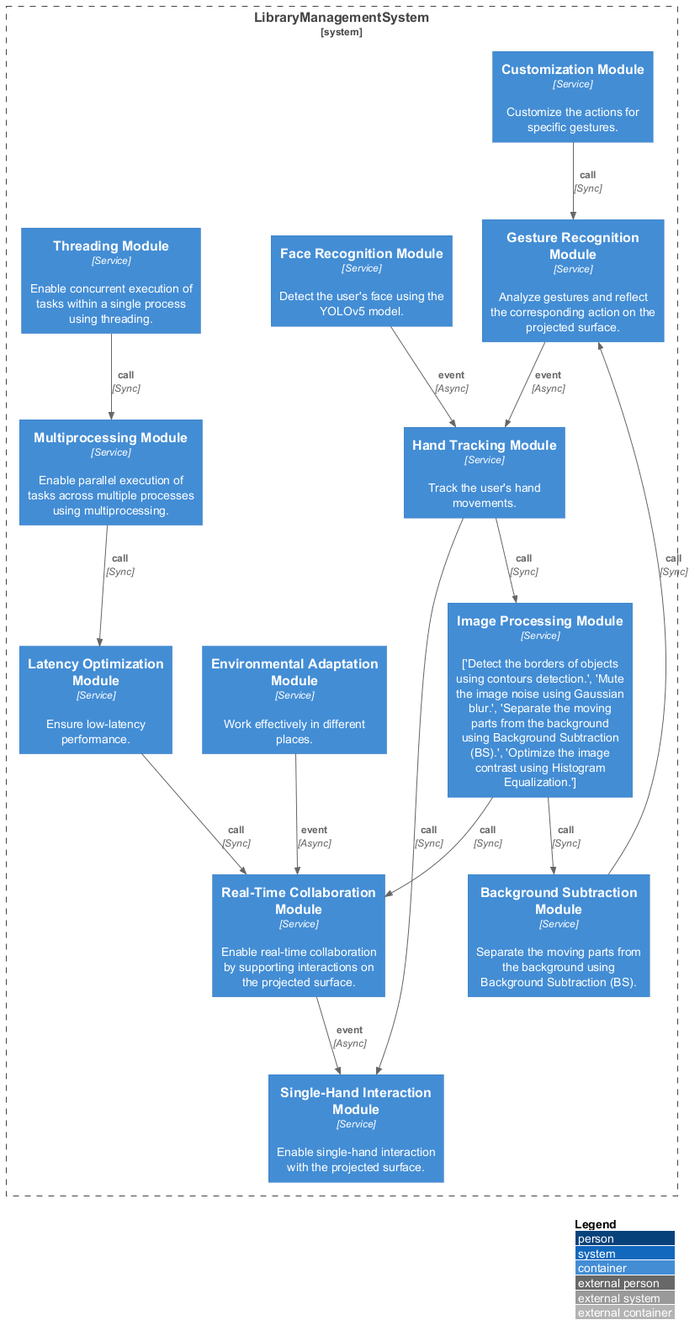
This is data/outputs/architecture_c4.png from hanaAbdelwahab/GPARCHIMIND, a PlantUML export, as it was before one commit.
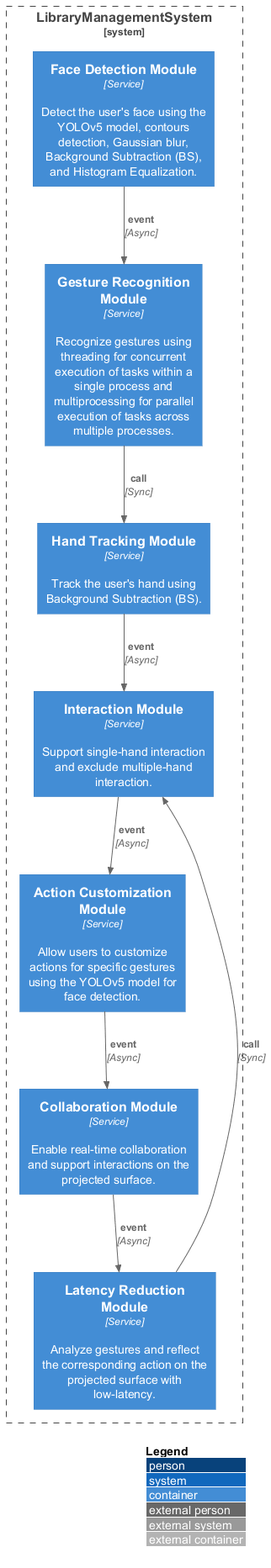
After the commit.

The edit, as a diff of the source:
```diff
@@ -2,30 +2,19 @@
 !include https://raw.githubusercontent.com/plantuml-stdlib/C4-PlantUML/master/C4_Container.puml
 LAYOUT_WITH_LEGEND()
 System_Boundary(LibraryManagementSystem, "LibraryManagementSystem") {
-  Container(GestureRecognitionModule, "Gesture Recognition Module", "Service", "Analyze gestures and reflect the corresponding action on the projected surface.")
-  Container(FaceRecognitionModule, "Face Recognition Module", "Service", "Detect the user's face using the YOLOv5 model.")
-  Container(HandTrackingModule, "Hand Tracking Module", "Service", "Track the user's hand movements.")
-  Container(SingleHandInteractionModule, "Single-Hand Interaction Module", "Service", "Enable single-hand interaction with the projected surface.")
-  Container(CustomizationModule, "Customization Module", "Service", "Customize the actions for specific gestures.")
-  Container(RealTimeCollaborationModule, "Real-Time Collaboration Module", "Service", "Enable real-time collaboration by supporting interactions on the projected surface.")
-  Container(ImageProcessingModule, "Image Processing Module", "Service", "['Detect the borders of objects using contours detection.', 'Mute the image noise using Gaussian blur.', 'Separate the moving parts from the background using Background Subtraction (BS).', 'Optimize the image contrast using Histogram Equalization.']")
-  Container(BackgroundSubtractionModule, "Background Subtraction Module", "Service", "Separate the moving parts from the background using Background Subtraction (BS).")
-  Container(ThreadingModule, "Threading Module", "Service", "Enable concurrent execution of tasks within a single process using threading.")
-  Container(MultiprocessingModule, "Multiprocessing Module", "Service", "Enable parallel execution of tasks across multiple processes using multiprocessing.")
-  Container(LatencyOptimizationModule, "Latency Optimization Module", "Service", "Ensure low-latency performance.")
-  Container(EnvironmentalAdaptationModule, "Environmental Adaptation Module", "Service", "Work effectively in different places.")
+  Container(FaceDetectionModule, "Face Detection Module", "Service", "Detect the user's face using the YOLOv5 model, contours detection, Gaussian blur, Background Subtraction (BS), and Histogram Equalization.")
+  Container(GestureRecognitionModule, "Gesture Recognition Module", "Service", "Recognize gestures using threading for concurrent execution of tasks within a single process and multiprocessing for parallel execution of tasks across multiple processes.")
+  Container(HandTrackingModule, "Hand Tracking Module", "Service", "Track the user's hand using Background Subtraction (BS).")
+  Container(InteractionModule, "Interaction Module", "Service", "Support single-hand interaction and exclude multiple-hand interaction.")
+  Container(ActionCustomizationModule, "Action Customization Module", "Service", "Allow users to customize actions for specific gestures using the YOLOv5 model for face detection.")
+  Container(CollaborationModule, "Collaboration Module", "Service", "Enable real-time collaboration and support interactions on the projected surface.")
+  Container(LatencyReductionModule, "Latency Reduction Module", "Service", "Analyze gestures and reflect the corresponding action on the projected surface with low-latency.")
 }
-Rel(GestureRecognitionModule, HandTrackingModule, "event", "Async")
-Rel(HandTrackingModule, SingleHandInteractionModule, "call", "Sync")
-Rel(FaceRecognitionModule, HandTrackingModule, "event", "Async")
-Rel(HandTrackingModule, ImageProcessingModule, "call", "Sync")
-Rel(ImageProcessingModule, BackgroundSubtractionModule, "call", "Sync")
-Rel(BackgroundSubtractionModule, GestureRecognitionModule, "call", "Sync")
-Rel(CustomizationModule, GestureRecognitionModule, "call", "Sync")
-Rel(RealTimeCollaborationModule, SingleHandInteractionModule, "event", "Async")
-Rel(ImageProcessingModule, RealTimeCollaborationModule, "call", "Sync")
-Rel(ThreadingModule, MultiprocessingModule, "call", "Sync")
-Rel(MultiprocessingModule, LatencyOptimizationModule, "call", "Sync")
-Rel(LatencyOptimizationModule, RealTimeCollaborationModule, "call", "Sync")
-Rel(EnvironmentalAdaptationModule, RealTimeCollaborationModule, "event", "Async")
+Rel(FaceDetectionModule, GestureRecognitionModule, "event", "Async")
+Rel(GestureRecognitionModule, HandTrackingModule, "call", "Sync")
+Rel(HandTrackingModule, InteractionModule, "event", "Async")
+Rel(InteractionModule, ActionCustomizationModule, "event", "Async")
+Rel(ActionCustomizationModule, CollaborationModule, "event", "Async")
+Rel(CollaborationModule, LatencyReductionModule, "event", "Async")
+Rel(LatencyReductionModule, InteractionModule, "call", "Sync")
 @enduml
```
